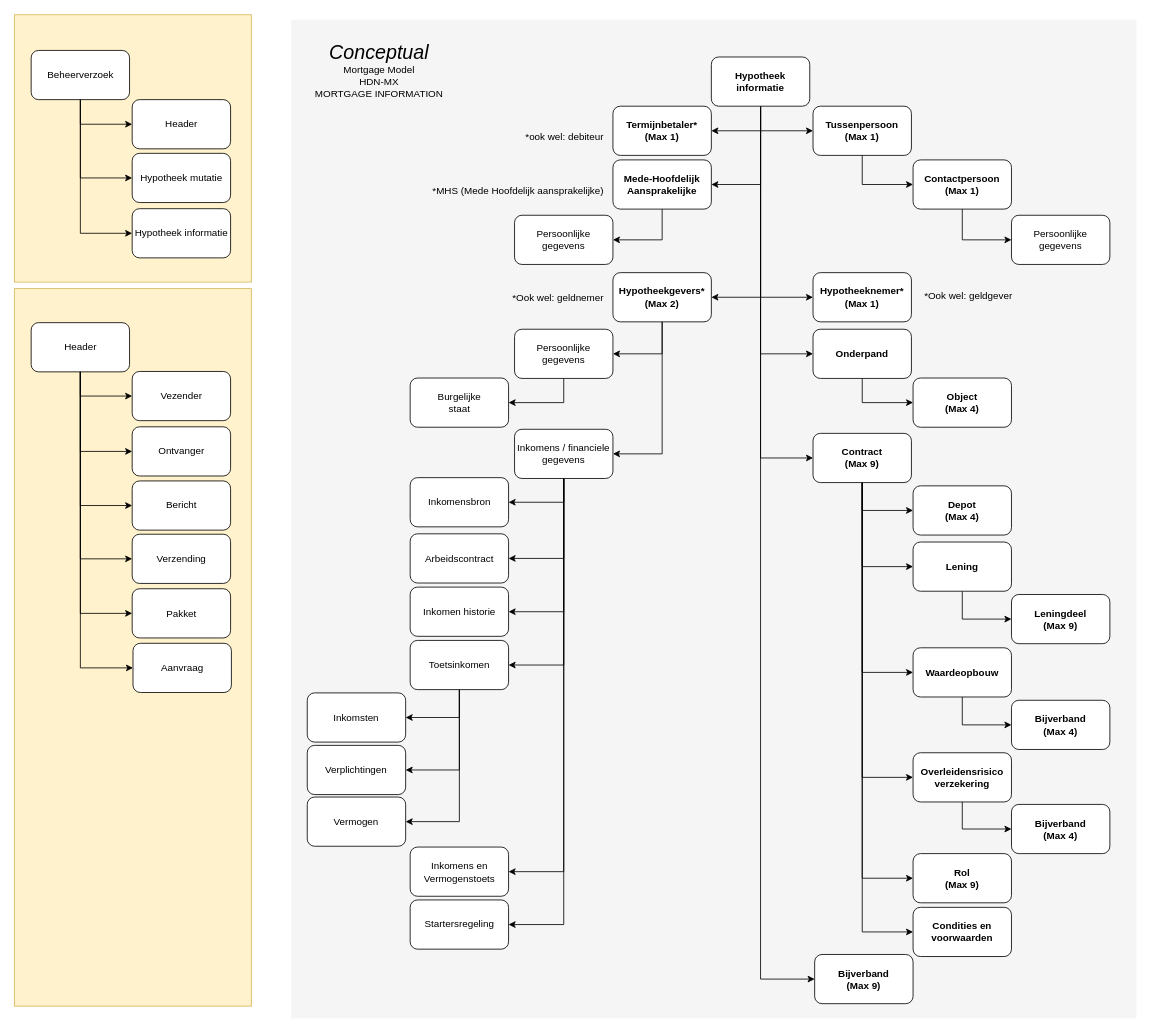
luchthandel/diagrams keeps this draw.io diagram as page "beheer-informatie" (2 of 15) of 3rdPartyDatasharing-HDN-MX-SX.drawio. Above is the earlier version. Source tidied: cells renumbered, new cells numbered last; positions are measured from the earlier drawing's top-left corner, leaving out a move shared by most shapes. Both pictures are drawn from the tidied source at 82%, with x=0, y=0 at pixel (14, 14).
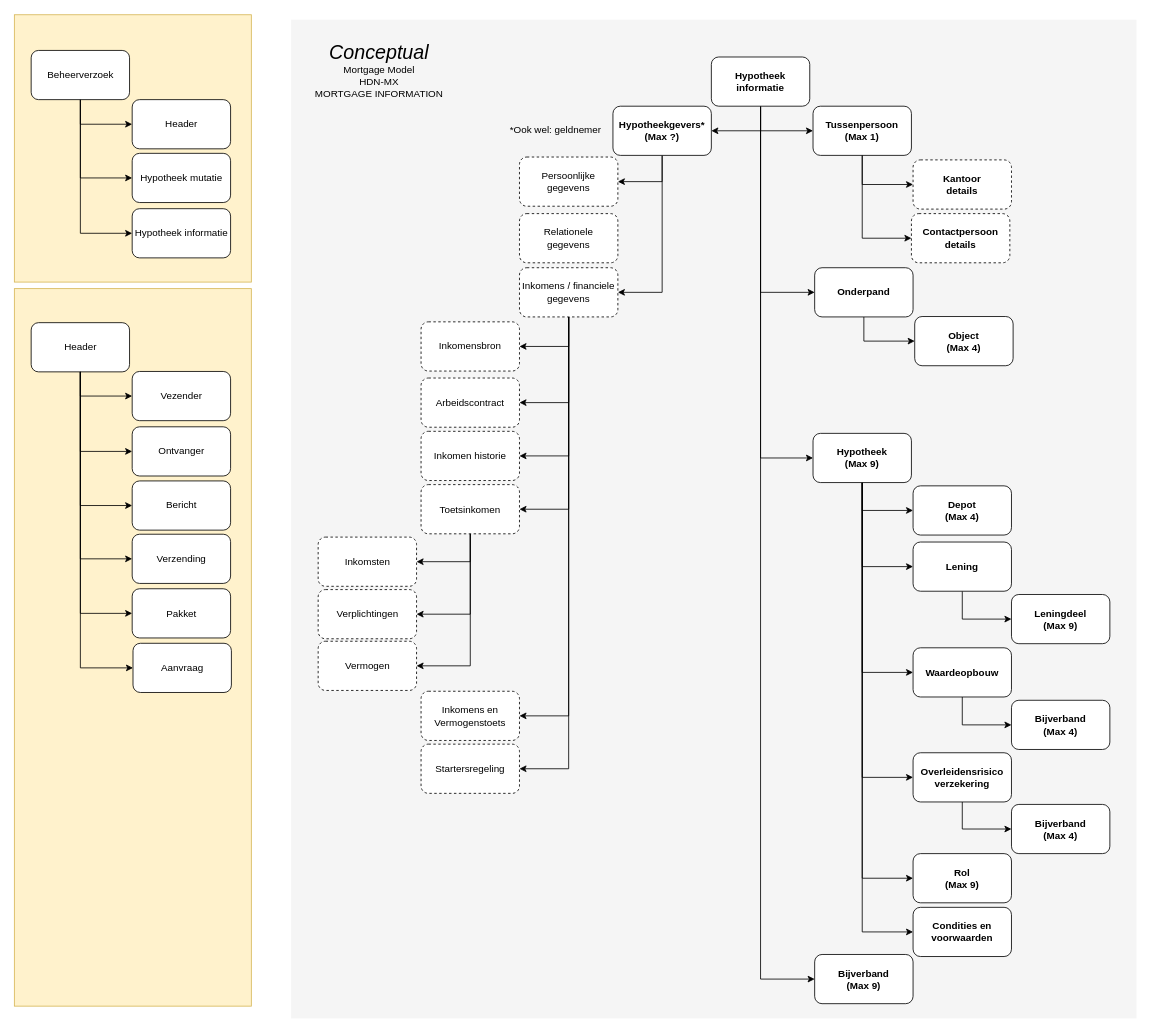
After the change.

The change refers to these unchanged cells:
```xml
<mxCell id="26" value="&lt;b&gt;Tussenpersoon&lt;br&gt;(Max 1)&lt;br&gt;&lt;/b&gt;" style="rounded=1;whiteSpace=wrap;html=1;" parent="1" vertex="1">
  <mxGeometry x="974" y="112" width="120" height="60" as="geometry" />
</mxCell>
<mxCell id="34" value="&lt;b&gt;Hypotheek&lt;br&gt;informatie&lt;/b&gt;" style="rounded=1;whiteSpace=wrap;html=1;" parent="1" vertex="1">
  <mxGeometry x="850" y="52" width="120" height="60" as="geometry" />
</mxCell>
```

Change to the diagram source:
```diff
@@
     <mxCell id="6" value="&lt;b&gt;Onderpand&lt;/b&gt;&lt;b&gt;&lt;br&gt;&lt;/b&gt;" style="rounded=1;whiteSpace=wrap;html=1;" parent="1" vertex="1">
-      <mxGeometry x="974" y="384" width="120" height="60" as="geometry" />
+      <mxGeometry x="976" y="309" width="120" height="60" as="geometry" />
     </mxCell>
@@
-    <mxCell id="14" value="&lt;b&gt;Contract&lt;br&gt;(Max 9)&lt;br&gt;&lt;/b&gt;" style="rounded=1;whiteSpace=wrap;html=1;" parent="1" vertex="1">
+    <mxCell id="14" value="&lt;b&gt;Hypotheek&lt;br&gt;(Max 9)&lt;br&gt;&lt;/b&gt;" style="rounded=1;whiteSpace=wrap;html=1;" parent="1" vertex="1">
       <mxGeometry x="974" y="511" width="120" height="60" as="geometry" />
     </mxCell>
@@
-    <mxCell id="24" value="&lt;b&gt;Hypotheekgevers*&lt;br&gt;(Max 2)&lt;br&gt;&lt;/b&gt;" style="rounded=1;whiteSpace=wrap;html=1;" parent="1" vertex="1">
-      <mxGeometry x="730" y="315" width="120" height="60" as="geometry" />
+    <mxCell id="24" value="&lt;b&gt;Hypotheekgevers*&lt;br&gt;(Max ?)&lt;br&gt;&lt;/b&gt;" style="rounded=1;whiteSpace=wrap;html=1;" parent="1" vertex="1">
+      <mxGeometry x="730" y="112" width="120" height="60" as="geometry" />
     </mxCell>
-    <mxCell id="25" value="&lt;b&gt;Hypotheeknemer*&lt;br&gt;(Max 1)&lt;br&gt;&lt;/b&gt;" style="rounded=1;whiteSpace=wrap;html=1;" parent="1" vertex="1">
-      <mxGeometry x="974" y="315" width="120" height="60" as="geometry" />
-    </mxCell>
+    <mxCell id="97" style="edgeStyle=orthogonalEdgeStyle;rounded=0;jettySize=auto;html=1;exitX=0.5;exitY=1;exitDx=0;exitDy=0;entryX=0;entryY=0.5;entryDx=0;entryDy=0;" parent="1" edge="1" source="26" target="98">
+      <mxGeometry relative="1" as="geometry" />
+    </mxCell>
@@
-    <mxCell id="28" style="edgeStyle=orthogonalEdgeStyle;rounded=0;jettySize=auto;html=1;exitX=0.5;exitY=1;exitDx=0;exitDy=0;entryX=0;entryY=0.5;entryDx=0;entryDy=0;" parent="1" edge="1" source="34" target="25">
-      <mxGeometry relative="1" as="geometry" />
-    </mxCell>
@@
-    <mxCell id="31" style="edgeStyle=orthogonalEdgeStyle;rounded=0;jettySize=auto;html=1;exitX=0.5;exitY=1;exitDx=0;exitDy=0;entryX=1;entryY=0.5;entryDx=0;entryDy=0;" parent="1" edge="1" source="34" target="37">
-      <mxGeometry relative="1" as="geometry" />
-    </mxCell>
-    <mxCell id="32" style="edgeStyle=orthogonalEdgeStyle;rounded=0;jettySize=auto;html=1;exitX=0.5;exitY=1;exitDx=0;exitDy=0;entryX=1;entryY=0.5;entryDx=0;entryDy=0;" parent="1" edge="1" source="34" target="69">
-      <mxGeometry relative="1" as="geometry" />
-    </mxCell>
@@
-    <mxCell id="35" value="*MHS (Mede Hoofdelijk aansprakelijke)" style="text;html=1;align=right;" parent="1" vertex="1">
-      <mxGeometry x="519.5" y="202.4" width="200" height="30" as="geometry" />
-    </mxCell>
-    <mxCell id="36" style="edgeStyle=orthogonalEdgeStyle;rounded=0;jettySize=auto;html=1;exitX=0.5;exitY=1;exitDx=0;exitDy=0;entryX=1;entryY=0.5;entryDx=0;entryDy=0;" parent="1" edge="1" source="37" target="63">
-      <mxGeometry relative="1" as="geometry" />
-    </mxCell>
-    <mxCell id="37" value="&lt;b&gt;Mede-Hoofdelijk Aansprakelijke&lt;br&gt;&lt;/b&gt;" style="rounded=1;whiteSpace=wrap;html=1;" parent="1" vertex="1">
-      <mxGeometry x="730" y="177.5" width="120" height="60" as="geometry" />
-    </mxCell>
-    <mxCell id="38" style="rounded=0;jettySize=auto;html=1;exitX=0.5;exitY=1;exitDx=0;exitDy=0;entryX=0;entryY=0.5;entryDx=0;entryDy=0;edgeStyle=orthogonalEdgeStyle;" parent="1" edge="1" source="39" target="66">
-      <mxGeometry relative="1" as="geometry" />
-    </mxCell>
-    <mxCell id="39" value="&lt;b&gt;Contactpersoon&lt;br&gt;(Max 1)&lt;br&gt;&lt;/b&gt;" style="rounded=1;whiteSpace=wrap;html=1;" parent="1" vertex="1">
+    <mxCell id="39" value="&lt;b&gt;Kantoor&lt;br&gt;details&lt;br&gt;&lt;/b&gt;" style="rounded=1;whiteSpace=wrap;html=1;dashed=1;" parent="1" vertex="1">
       <mxGeometry x="1096" y="177.5" width="120" height="60" as="geometry" />
     </mxCell>
@@
-    <mxCell id="46" value="Inkomens / financiele&lt;br&gt;gegevens" style="rounded=1;whiteSpace=wrap;html=1;fontStyle=0;" parent="1" vertex="1">
-      <mxGeometry x="610" y="506" width="120" height="60" as="geometry" />
+    <mxCell id="46" value="Inkomens / financiele&lt;br&gt;gegevens" style="rounded=1;whiteSpace=wrap;html=1;fontStyle=0;dashed=1;" parent="1" vertex="1">
+      <mxGeometry x="616" y="309" width="120" height="60" as="geometry" />
     </mxCell>
-    <mxCell id="47" style="edgeStyle=orthogonalEdgeStyle;rounded=0;jettySize=auto;html=1;exitX=0.5;exitY=1;exitDx=0;exitDy=0;entryX=1;entryY=0.5;entryDx=0;entryDy=0;" parent="1" edge="1" source="48" target="58">
-      <mxGeometry relative="1" as="geometry" />
-    </mxCell>
-    <mxCell id="48" value="Persoonlijke&lt;br&gt;gegevens" style="rounded=1;whiteSpace=wrap;html=1;fontStyle=0;" parent="1" vertex="1">
-      <mxGeometry x="610" y="384" width="120" height="60" as="geometry" />
+    <mxCell id="48" value="Persoonlijke&lt;br&gt;gegevens" style="rounded=1;whiteSpace=wrap;html=1;fontStyle=0;dashed=1;" parent="1" vertex="1">
+      <mxGeometry x="616" y="174" width="120" height="60" as="geometry" />
     </mxCell>
-    <mxCell id="49" value="Inkomen historie" style="rounded=1;whiteSpace=wrap;html=1;" parent="1" vertex="1">
-      <mxGeometry x="482.7" y="698.5" width="120" height="60" as="geometry" />
+    <mxCell id="49" value="Inkomen historie" style="rounded=1;whiteSpace=wrap;html=1;dashed=1;" parent="1" vertex="1">
+      <mxGeometry x="496" y="508.5" width="120" height="60" as="geometry" />
     </mxCell>
@@
-    <mxCell id="52" value="Toetsinkomen" style="rounded=1;whiteSpace=wrap;html=1;" parent="1" vertex="1">
-      <mxGeometry x="482.7" y="763.5" width="120" height="60" as="geometry" />
+    <mxCell id="52" value="Toetsinkomen" style="rounded=1;whiteSpace=wrap;html=1;dashed=1;" parent="1" vertex="1">
+      <mxGeometry x="496" y="573.5" width="120" height="60" as="geometry" />
     </mxCell>
-    <mxCell id="53" value="Arbeidscontract" style="rounded=1;whiteSpace=wrap;html=1;" parent="1" vertex="1">
-      <mxGeometry x="482.7" y="633.5" width="120" height="60" as="geometry" />
+    <mxCell id="53" value="Arbeidscontract" style="rounded=1;whiteSpace=wrap;html=1;dashed=1;" parent="1" vertex="1">
+      <mxGeometry x="496" y="443.5" width="120" height="60" as="geometry" />
     </mxCell>
-    <mxCell id="54" value="Inkomsten" style="rounded=1;whiteSpace=wrap;html=1;" parent="1" vertex="1">
-      <mxGeometry x="357.2" y="827.5" width="120" height="60" as="geometry" />
+    <mxCell id="54" value="Inkomsten" style="rounded=1;whiteSpace=wrap;html=1;dashed=1;" parent="1" vertex="1">
+      <mxGeometry x="370.5" y="637.5" width="120" height="60" as="geometry" />
     </mxCell>
-    <mxCell id="55" value="Verplichtingen" style="rounded=1;whiteSpace=wrap;html=1;" parent="1" vertex="1">
-      <mxGeometry x="357.2" y="891.5" width="120" height="60" as="geometry" />
+    <mxCell id="55" value="Verplichtingen" style="rounded=1;whiteSpace=wrap;html=1;dashed=1;" parent="1" vertex="1">
+      <mxGeometry x="370.5" y="701.5" width="120" height="60" as="geometry" />
     </mxCell>
-    <mxCell id="56" value="Vermogen" style="rounded=1;whiteSpace=wrap;html=1;" parent="1" vertex="1">
-      <mxGeometry x="357.2" y="954.5" width="120" height="60" as="geometry" />
+    <mxCell id="56" value="Vermogen" style="rounded=1;whiteSpace=wrap;html=1;dashed=1;" parent="1" vertex="1">
+      <mxGeometry x="370.5" y="764.5" width="120" height="60" as="geometry" />
     </mxCell>
@@
-    <mxCell id="58" value="Burgelijke&lt;br&gt;staat" style="rounded=1;whiteSpace=wrap;html=1;fontStyle=0;" parent="1" vertex="1">
-      <mxGeometry x="482.7" y="443.5" width="120" height="60" as="geometry" />
+    <mxCell id="58" value="Relationele&lt;br&gt;gegevens" style="rounded=1;whiteSpace=wrap;html=1;fontStyle=0;dashed=1;" parent="1" vertex="1">
+      <mxGeometry x="616" y="243" width="120" height="60" as="geometry" />
     </mxCell>
@@
     <mxCell id="61" value="&lt;b&gt;Object&lt;br&gt;&lt;/b&gt;&lt;b&gt;(Max 4)&lt;br&gt;&lt;/b&gt;" style="rounded=1;whiteSpace=wrap;html=1;" parent="1" vertex="1">
-      <mxGeometry x="1096" y="443.5" width="120" height="60" as="geometry" />
+      <mxGeometry x="1098" y="368.5" width="120" height="60" as="geometry" />
     </mxCell>
-    <mxCell id="62" value="Inkomensbron" style="rounded=1;whiteSpace=wrap;html=1;" parent="1" vertex="1">
-      <mxGeometry x="482.7" y="565" width="120" height="60" as="geometry" />
+    <mxCell id="62" value="Inkomensbron" style="rounded=1;whiteSpace=wrap;html=1;dashed=1;" parent="1" vertex="1">
+      <mxGeometry x="496" y="375" width="120" height="60" as="geometry" />
     </mxCell>
-    <mxCell id="63" value="Persoonlijke&lt;br&gt;gegevens" style="rounded=1;whiteSpace=wrap;html=1;fontStyle=0;" parent="1" vertex="1">
-      <mxGeometry x="610" y="245" width="120" height="60" as="geometry" />
-    </mxCell>
-    <mxCell id="64" value="Inkomens en&lt;br&gt;Vermogenstoets" style="rounded=1;whiteSpace=wrap;html=1;" parent="1" vertex="1">
-      <mxGeometry x="482.7" y="1015.5" width="120" height="60" as="geometry" />
+    <mxCell id="64" value="Inkomens en&lt;br&gt;Vermogenstoets" style="rounded=1;whiteSpace=wrap;html=1;dashed=1;" parent="1" vertex="1">
+      <mxGeometry x="496" y="825.5" width="120" height="60" as="geometry" />
     </mxCell>
-    <mxCell id="65" value="Startersregeling" style="rounded=1;whiteSpace=wrap;html=1;" parent="1" vertex="1">
-      <mxGeometry x="482.7" y="1080" width="120" height="60" as="geometry" />
+    <mxCell id="65" value="Startersregeling" style="rounded=1;whiteSpace=wrap;html=1;dashed=1;" parent="1" vertex="1">
+      <mxGeometry x="496" y="890" width="120" height="60" as="geometry" />
     </mxCell>
-    <mxCell id="66" value="Persoonlijke&lt;br&gt;gegevens" style="rounded=1;whiteSpace=wrap;html=1;fontStyle=0;" parent="1" vertex="1">
-      <mxGeometry x="1216" y="245" width="120" height="60" as="geometry" />
-    </mxCell>
@@
-    <mxCell id="69" value="&lt;b&gt;Termijnbetaler*&lt;br&gt;(Max 1)&lt;br&gt;&lt;/b&gt;" style="rounded=1;whiteSpace=wrap;html=1;" parent="1" vertex="1">
-      <mxGeometry x="730" y="112" width="120" height="60" as="geometry" />
-    </mxCell>
-    <mxCell id="70" value="*Ook wel: geldgever" style="text;html=1;" parent="1" vertex="1">
-      <mxGeometry x="1107.5" y="330" width="117" height="30" as="geometry" />
-    </mxCell>
     <mxCell id="71" value="*Ook wel: geldnemer" style="text;html=1;align=right;" parent="1" vertex="1">
-      <mxGeometry x="602.5" y="331.5" width="117" height="30" as="geometry" />
+      <mxGeometry x="600" y="127" width="117" height="30" as="geometry" />
     </mxCell>
-    <mxCell id="72" value="*ook wel: debiteur" style="text;html=1;align=right;" parent="1" vertex="1">
-      <mxGeometry x="602.5" y="135.5" width="117" height="30" as="geometry" />
-    </mxCell>
@@
+    <mxCell id="98" value="&lt;b&gt;Contactpersoon&lt;br&gt;details&lt;br&gt;&lt;/b&gt;" style="rounded=1;whiteSpace=wrap;html=1;dashed=1;" parent="1" vertex="1">
+      <mxGeometry x="1094" y="243" width="120" height="60" as="geometry" />
+    </mxCell>
```
